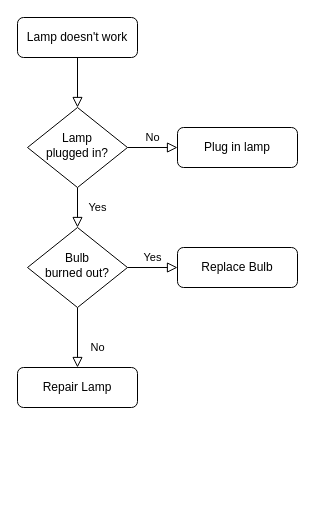
Above: GreatestNumber.drawio in AnomylusGit/About-Me (draw.io), before the change. Source tidied: cells renumbered, new cells numbered last; positions are measured from the earlier drawing's top-left corner, leaving out a move shared by most shapes. Both pictures are drawn from the tidied source at 100%, with x=0, y=0 at pixel (17, 17).
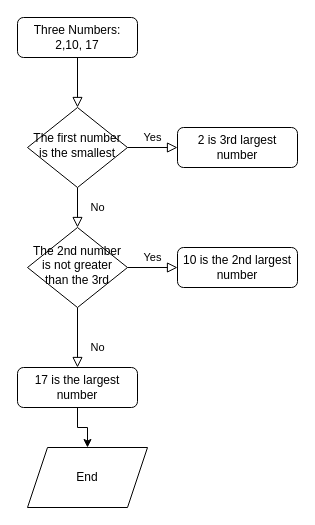
The same page after the edit.

The edit, as a diff of the source:
```diff
@@
 <mxGraphModel>
   <root>
     <mxCell id="0" />
     <mxCell id="1" parent="0" />
     <mxCell id="2" style="rounded=0;html=1;jettySize=auto;fontSize=11;endArrow=block;endFill=0;endSize=8;strokeWidth=1;shadow=0;labelBackgroundColor=none;edgeStyle=orthogonalEdgeStyle;" parent="1" edge="1" source="3" target="6">
       <mxGeometry relative="1" as="geometry" />
     </mxCell>
-    <mxCell id="3" value="Lamp doesn't work" style="rounded=1;whiteSpace=wrap;html=1;fontSize=12;glass=0;strokeWidth=1;shadow=0;" parent="1" vertex="1">
+    <mxCell id="3" value="Three Numbers:&lt;div&gt;2,10, 17&lt;/div&gt;" style="rounded=1;whiteSpace=wrap;html=1;fontSize=12;glass=0;strokeWidth=1;shadow=0;" parent="1" vertex="1">
       <mxGeometry width="120" height="40" as="geometry" />
     </mxCell>
-    <mxCell id="4" value="Yes" style="rounded=0;html=1;jettySize=auto;fontSize=11;endArrow=block;endFill=0;endSize=8;strokeWidth=1;shadow=0;labelBackgroundColor=none;edgeStyle=orthogonalEdgeStyle;" parent="1" edge="1" source="6" target="10">
+    <mxCell id="4" value="No" style="rounded=0;html=1;jettySize=auto;fontSize=11;endArrow=block;endFill=0;endSize=8;strokeWidth=1;shadow=0;labelBackgroundColor=none;edgeStyle=orthogonalEdgeStyle;" parent="1" edge="1" source="6" target="10">
       <mxGeometry y="20" relative="1" as="geometry" />
     </mxCell>
-    <mxCell id="5" value="No" style="edgeStyle=orthogonalEdgeStyle;rounded=0;html=1;jettySize=auto;fontSize=11;endArrow=block;endFill=0;endSize=8;strokeWidth=1;shadow=0;labelBackgroundColor=none;" parent="1" edge="1" source="6" target="7">
+    <mxCell id="5" value="Yes" style="edgeStyle=orthogonalEdgeStyle;rounded=0;html=1;jettySize=auto;fontSize=11;endArrow=block;endFill=0;endSize=8;strokeWidth=1;shadow=0;labelBackgroundColor=none;" parent="1" edge="1" source="6" target="7">
       <mxGeometry y="10" relative="1" as="geometry" />
     </mxCell>
-    <mxCell id="6" value="Lamp&lt;br&gt;plugged in?" style="rhombus;whiteSpace=wrap;html=1;shadow=0;fontFamily=Helvetica;fontSize=12;align=center;strokeWidth=1;spacing=6;spacingTop=-4;" parent="1" vertex="1">
+    <mxCell id="6" value="The first number is the smallest" style="rhombus;whiteSpace=wrap;html=1;shadow=0;fontFamily=Helvetica;fontSize=12;align=center;strokeWidth=1;spacing=6;spacingTop=-4;" parent="1" vertex="1">
       <mxGeometry x="10" y="90" width="100" height="80" as="geometry" />
     </mxCell>
-    <mxCell id="7" value="Plug in lamp" style="rounded=1;whiteSpace=wrap;html=1;fontSize=12;glass=0;strokeWidth=1;shadow=0;" parent="1" vertex="1">
+    <mxCell id="7" value="2 is 3rd largest number" style="rounded=1;whiteSpace=wrap;html=1;fontSize=12;glass=0;strokeWidth=1;shadow=0;" parent="1" vertex="1">
       <mxGeometry x="160" y="110" width="120" height="40" as="geometry" />
     </mxCell>
     <mxCell id="8" value="No" style="rounded=0;html=1;jettySize=auto;fontSize=11;endArrow=block;endFill=0;endSize=8;strokeWidth=1;shadow=0;labelBackgroundColor=none;edgeStyle=orthogonalEdgeStyle;" parent="1" edge="1" source="10" target="11">
       <mxGeometry x="0.33" y="20" relative="1" as="geometry" />
     </mxCell>
     <mxCell id="9" value="Yes" style="edgeStyle=orthogonalEdgeStyle;rounded=0;html=1;jettySize=auto;fontSize=11;endArrow=block;endFill=0;endSize=8;strokeWidth=1;shadow=0;labelBackgroundColor=none;" parent="1" edge="1" source="10" target="12">
       <mxGeometry y="10" relative="1" as="geometry" />
     </mxCell>
-    <mxCell id="10" value="Bulb&lt;br&gt;burned out?" style="rhombus;whiteSpace=wrap;html=1;shadow=0;fontFamily=Helvetica;fontSize=12;align=center;strokeWidth=1;spacing=6;spacingTop=-4;" parent="1" vertex="1">
+    <mxCell id="10" value="The 2nd number is not greater than the 3rd" style="rhombus;whiteSpace=wrap;html=1;shadow=0;fontFamily=Helvetica;fontSize=12;align=center;strokeWidth=1;spacing=6;spacingTop=-4;" parent="1" vertex="1">
       <mxGeometry x="10" y="210" width="100" height="80" as="geometry" />
     </mxCell>
+    <mxCell id="13" style="edgeStyle=orthogonalEdgeStyle;rounded=0;jettySize=auto;html=1;exitX=0.5;exitY=1;exitDx=0;exitDy=0;entryX=0.5;entryY=0;entryDx=0;entryDy=0;" parent="1" edge="1" source="11" target="14">
+      <mxGeometry relative="1" as="geometry" />
+    </mxCell>
-    <mxCell id="11" value="Repair Lamp" style="rounded=1;whiteSpace=wrap;html=1;fontSize=12;glass=0;strokeWidth=1;shadow=0;" parent="1" vertex="1">
+    <mxCell id="11" value="17 is the largest number" style="rounded=1;whiteSpace=wrap;html=1;fontSize=12;glass=0;strokeWidth=1;shadow=0;" parent="1" vertex="1">
       <mxGeometry y="350" width="120" height="40" as="geometry" />
     </mxCell>
-    <mxCell id="12" value="Replace Bulb" style="rounded=1;whiteSpace=wrap;html=1;fontSize=12;glass=0;strokeWidth=1;shadow=0;" parent="1" vertex="1">
+    <mxCell id="12" value="10 is the 2nd largest number" style="rounded=1;whiteSpace=wrap;html=1;fontSize=12;glass=0;strokeWidth=1;shadow=0;" parent="1" vertex="1">
       <mxGeometry x="160" y="230" width="120" height="40" as="geometry" />
     </mxCell>
+    <mxCell id="14" value="End" style="shape=parallelogram;perimeter=parallelogramPerimeter;whiteSpace=wrap;html=1;fixedSize=1;" parent="1" vertex="1">
+      <mxGeometry x="10" y="430" width="120" height="60" as="geometry" />
+    </mxCell>
   </root>
 </mxGraphModel>
```
